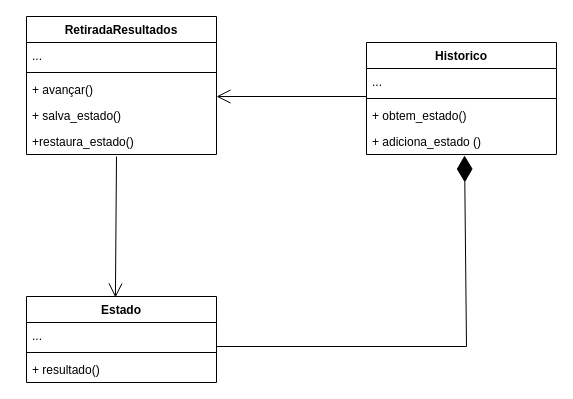
Before: Diagramas de Classe/Comportamento/Memento/retirada_resultados.drawio in luanvaf/Design_Patterns_AdvPrograming, a draw.io diagram. Source tidied: cells renumbered, new cells numbered last; positions are measured from the earlier drawing's top-left corner, leaving out a move shared by most shapes. Both pictures are drawn from the tidied source at 100%, with x=0, y=0 at pixel (26, 16).
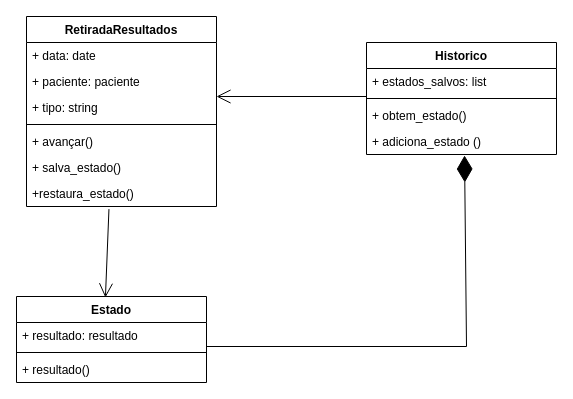
The same diagram, later.

Unchanged cells that the change refers to:
```xml
<mxCell id="12" value="Historico" style="swimlane;fontStyle=1;align=center;verticalAlign=top;horizontal=1;startSize=26;" parent="1" vertex="1">
  <mxGeometry x="340" y="26" width="190" height="112" as="geometry" />
</mxCell>
```

What changed in the source:
```diff
@@
     <mxCell id="2" value="RetiradaResultados" style="swimlane;fontStyle=1;align=center;verticalAlign=top;horizontal=1;startSize=26;" parent="1" vertex="1">
-      <mxGeometry width="190" height="138" as="geometry" />
+      <mxGeometry width="190" height="190" as="geometry" />
     </mxCell>
-    <mxCell id="3" value="..." style="text;strokeColor=none;fillColor=none;align=left;verticalAlign=top;spacingLeft=4;spacingRight=4;overflow=hidden;" parent="2" vertex="1">
+    <mxCell id="3" value="+ data: date" style="text;strokeColor=none;fillColor=none;align=left;verticalAlign=top;spacingLeft=4;spacingRight=4;overflow=hidden;" parent="2" vertex="1">
       <mxGeometry y="26" width="190" height="26" as="geometry" />
     </mxCell>
+    <mxCell id="20" value="+ paciente: paciente" style="text;strokeColor=none;fillColor=none;align=left;verticalAlign=top;spacingLeft=4;spacingRight=4;overflow=hidden;" parent="2" vertex="1">
+      <mxGeometry y="52" width="190" height="26" as="geometry" />
+    </mxCell>
+    <mxCell id="21" value="+ tipo: string" style="text;strokeColor=none;fillColor=none;align=left;verticalAlign=top;spacingLeft=4;spacingRight=4;overflow=hidden;" parent="2" vertex="1">
+      <mxGeometry y="78" width="190" height="26" as="geometry" />
+    </mxCell>
     <mxCell id="4" style="line;strokeWidth=1;fillColor=none;align=left;verticalAlign=middle;spacingTop=-1;spacingLeft=3;spacingRight=3;labelPosition=right;" parent="2" vertex="1">
-      <mxGeometry y="52" width="190" height="8" as="geometry" />
+      <mxGeometry y="104" width="190" height="8" as="geometry" />
     </mxCell>
     <mxCell id="5" value="+ avançar()" style="text;strokeColor=none;fillColor=none;align=left;verticalAlign=top;spacingLeft=4;spacingRight=4;overflow=hidden;" parent="2" vertex="1">
-      <mxGeometry y="60" width="190" height="26" as="geometry" />
+      <mxGeometry y="112" width="190" height="26" as="geometry" />
     </mxCell>
     <mxCell id="6" value="+ salva_estado()&#10;" style="text;strokeColor=none;fillColor=none;align=left;verticalAlign=top;spacingLeft=4;spacingRight=4;overflow=hidden;" parent="2" vertex="1">
-      <mxGeometry y="86" width="190" height="26" as="geometry" />
+      <mxGeometry y="138" width="190" height="26" as="geometry" />
     </mxCell>
     <mxCell id="7" value="+restaura_estado()&#10;&#10;" style="text;strokeColor=none;fillColor=none;align=left;verticalAlign=top;spacingLeft=4;spacingRight=4;overflow=hidden;points=[[0,0.5],[1,0.5]];portConstraint=eastwest;" parent="2" vertex="1">
-      <mxGeometry y="112" width="190" height="26" as="geometry" />
+      <mxGeometry y="164" width="190" height="26" as="geometry" />
     </mxCell>
     <mxCell id="8" value="Estado" style="swimlane;fontStyle=1;align=center;verticalAlign=top;horizontal=1;startSize=26;" parent="1" vertex="1">
-      <mxGeometry y="280" width="190" height="86" as="geometry" />
+      <mxGeometry x="-10" y="280" width="190" height="86" as="geometry" />
     </mxCell>
-    <mxCell id="9" value="..." style="text;strokeColor=none;fillColor=none;align=left;verticalAlign=top;spacingLeft=4;spacingRight=4;overflow=hidden;points=[[0,0.5],[1,0.5]];portConstraint=eastwest;" parent="8" vertex="1">
+    <mxCell id="9" value="+ resultado: resultado" style="text;strokeColor=none;fillColor=none;align=left;verticalAlign=top;spacingLeft=4;spacingRight=4;overflow=hidden;points=[[0,0.5],[1,0.5]];portConstraint=eastwest;" parent="8" vertex="1">
       <mxGeometry y="26" width="190" height="26" as="geometry" />
     </mxCell>
@@
-    <mxCell id="13" value="..." style="text;strokeColor=none;fillColor=none;align=left;verticalAlign=top;spacingLeft=4;spacingRight=4;overflow=hidden;" parent="12" vertex="1">
+    <mxCell id="13" value="+ estados_salvos: list" style="text;strokeColor=none;fillColor=none;align=left;verticalAlign=top;spacingLeft=4;spacingRight=4;overflow=hidden;" parent="12" vertex="1">
       <mxGeometry y="26" width="190" height="26" as="geometry" />
     </mxCell>
@@
-    <mxCell id="17" style="endArrow=open;endFill=1;endSize=12;html=1;rounded=0;entryX=0.468;entryY=0.012;entryDx=0;entryDy=0;entryPerimeter=0;" parent="1" edge="1" target="8">
-      <mxGeometry relative="1" as="geometry">
-        <mxPoint x="90" y="140" as="sourcePoint" />
-      </mxGeometry>
+    <mxCell id="17" style="endArrow=open;endFill=1;endSize=12;html=1;rounded=0;entryX=0.468;entryY=0.012;entryDx=0;entryDy=0;entryPerimeter=0;exitX=0.434;exitY=1.101;exitDx=0;exitDy=0;exitPerimeter=0;" parent="1" edge="1" source="7" target="8">
+      <mxGeometry relative="1" as="geometry" />
     </mxCell>
```
